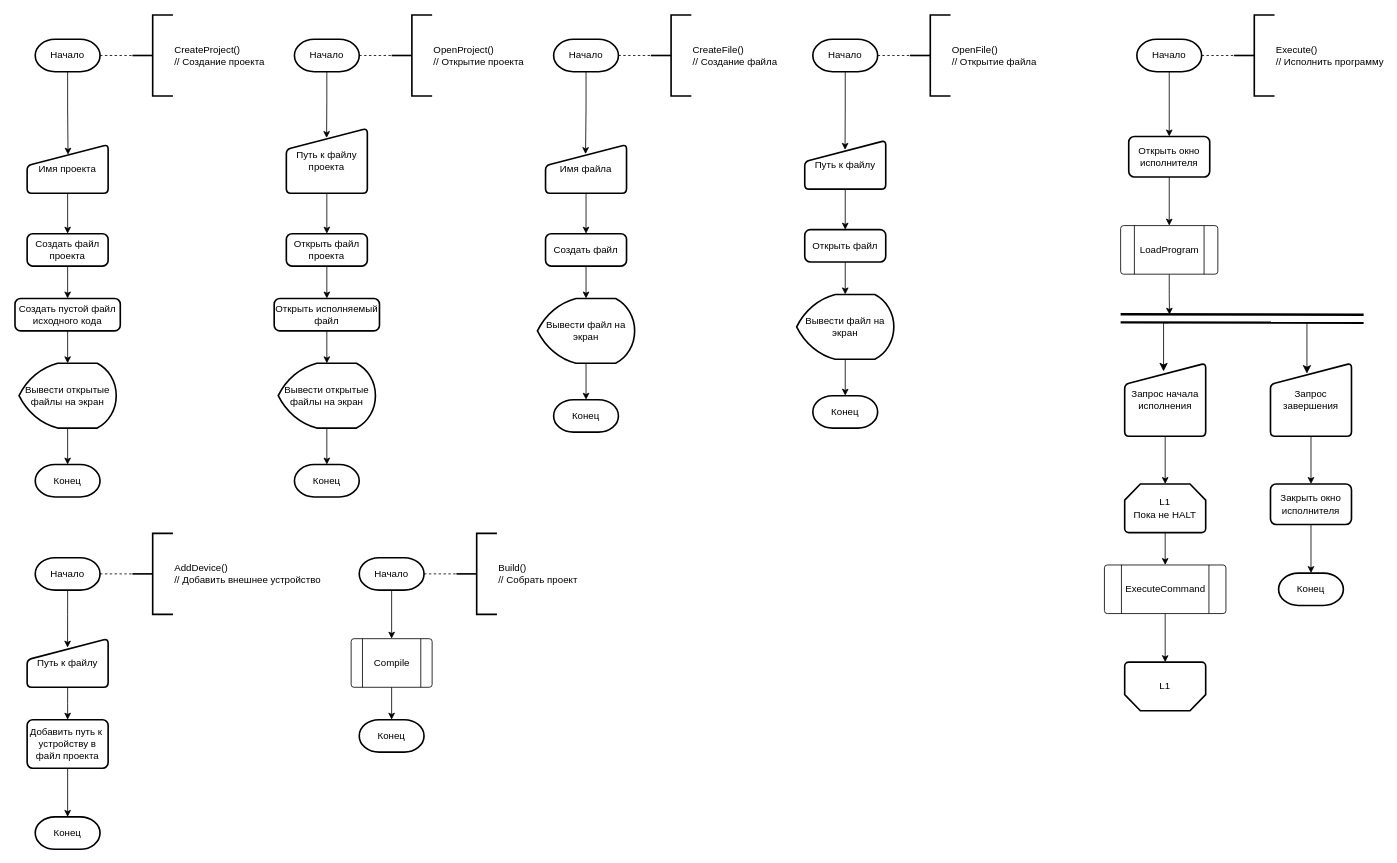
Earlier version of the draw.io diagram page "Графический интерфейс" (3 of 3) of docs/Блок-схемы/algorithms.drawio (mrypdm/asvt_sem7_kursach). Source tidied: cells renumbered, new cells numbered last; positions are measured from the earlier drawing's top-left corner, leaving out a move shared by most shapes. Both pictures are drawn from the tidied source at 81%, with x=0, y=0 at pixel (15, 15).
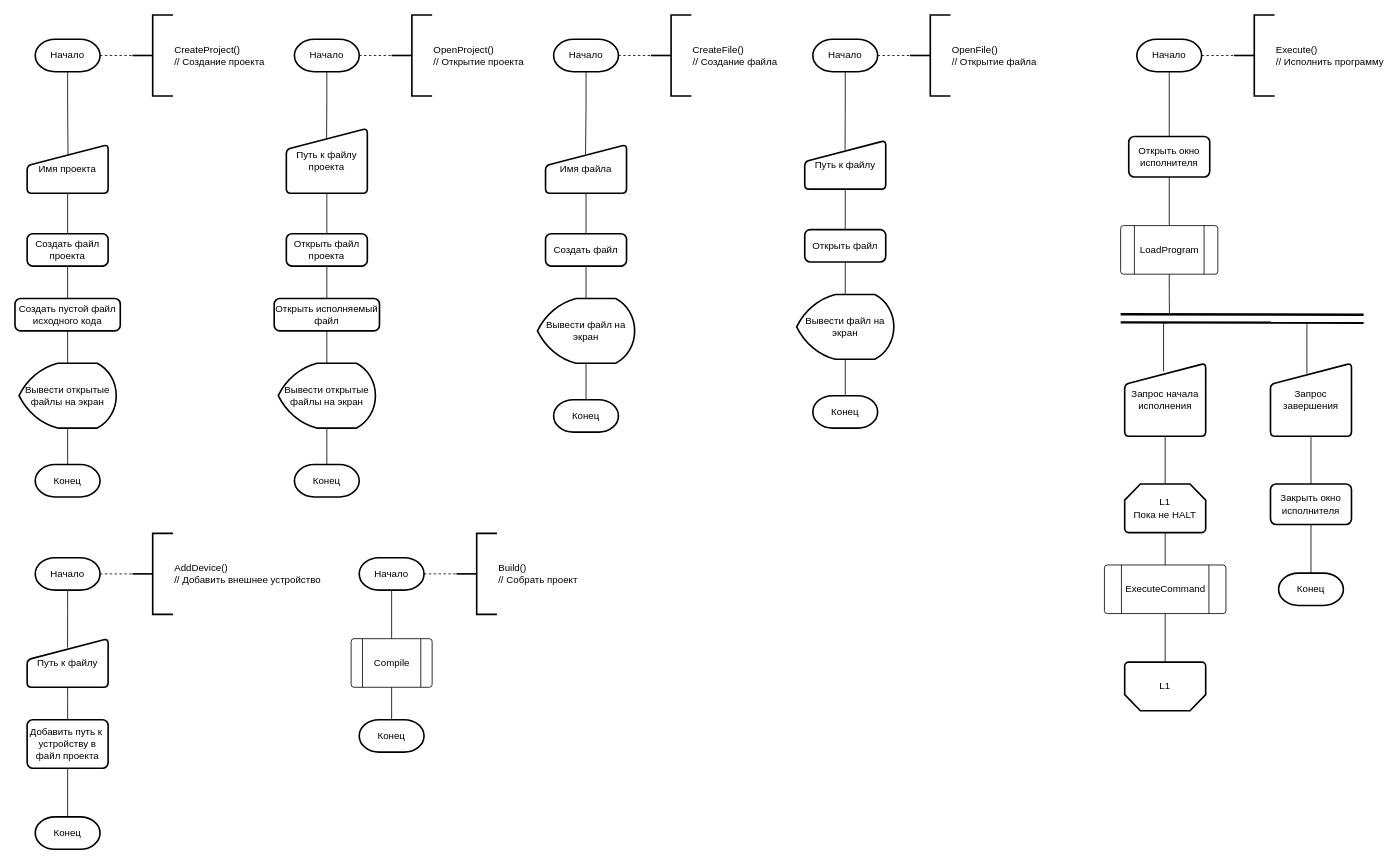
After the change.

The change refers to these unchanged cells:
```xml
<mxCell id="4" value="Начало" style="strokeWidth=2;html=1;shape=mxgraph.flowchart.terminator;whiteSpace=wrap;" parent="1" vertex="1">
<mxCell id="8" value="Начало" style="strokeWidth=2;html=1;shape=mxgraph.flowchart.terminator;whiteSpace=wrap;" parent="1" vertex="1">
<mxCell id="12" value="Начало" style="strokeWidth=2;html=1;shape=mxgraph.flowchart.terminator;whiteSpace=wrap;" parent="1" vertex="1">
<mxCell id="16" value="Начало" style="strokeWidth=2;html=1;shape=mxgraph.flowchart.terminator;whiteSpace=wrap;" parent="1" vertex="1">
<mxCell id="19" value="Имя проекта" style="html=1;strokeWidth=2;shape=manualInput;whiteSpace=wrap;rounded=1;size=26;arcSize=11;" parent="1" vertex="1">
<mxCell id="21" value="Создать файл проекта" style="rounded=1;whiteSpace=wrap;html=1;absoluteArcSize=1;arcSize=14;strokeWidth=2;" parent="1" vertex="1">
<mxCell id="23" value="Создать пустой файл исходного кода" style="rounded=1;whiteSpace=wrap;html=1;absoluteArcSize=1;arcSize=14;strokeWidth=2;" parent="1" vertex="1">
<mxCell id="25" value="Вывести открытые файлы на экран" style="strokeWidth=2;html=1;shape=mxgraph.flowchart.display;whiteSpace=wrap;" parent="1" vertex="1">
<mxCell id="26" value="Конец" style="strokeWidth=2;html=1;shape=mxgraph.flowchart.terminator;whiteSpace=wrap;" parent="1" vertex="1">
<mxCell id="28" value="Путь к файлу проекта" style="html=1;strokeWidth=2;shape=manualInput;whiteSpace=wrap;rounded=1;size=26;arcSize=11;" parent="1" vertex="1">
<mxCell id="30" value="Открыть файл проекта" style="rounded=1;whiteSpace=wrap;html=1;absoluteArcSize=1;arcSize=14;strokeWidth=2;" parent="1" vertex="1">
<mxCell id="32" value="Открыть исполняемый файл" style="rounded=1;whiteSpace=wrap;html=1;absoluteArcSize=1;arcSize=14;strokeWidth=2;" parent="1" vertex="1">
<mxCell id="34" value="Вывести открытые файлы на экран" style="strokeWidth=2;html=1;shape=mxgraph.flowchart.display;whiteSpace=wrap;" parent="1" vertex="1">
<mxCell id="35" value="Конец" style="strokeWidth=2;html=1;shape=mxgraph.flowchart.terminator;whiteSpace=wrap;" parent="1" vertex="1">
<mxCell id="37" value="Имя файла" style="html=1;strokeWidth=2;shape=manualInput;whiteSpace=wrap;rounded=1;size=26;arcSize=11;" parent="1" vertex="1">
<mxCell id="39" value="Создать файл" style="rounded=1;whiteSpace=wrap;html=1;absoluteArcSize=1;arcSize=14;strokeWidth=2;" parent="1" vertex="1">
<mxCell id="41" value="Вывести файл на экран" style="strokeWidth=2;html=1;shape=mxgraph.flowchart.display;whiteSpace=wrap;" parent="1" vertex="1">
<mxCell id="42" value="Конец" style="strokeWidth=2;html=1;shape=mxgraph.flowchart.terminator;whiteSpace=wrap;" parent="1" vertex="1">
<mxCell id="44" value="Путь к файлу" style="html=1;strokeWidth=2;shape=manualInput;whiteSpace=wrap;rounded=1;size=26;arcSize=11;" parent="1" vertex="1">
<mxCell id="46" value="Открыть файл" style="rounded=1;whiteSpace=wrap;html=1;absoluteArcSize=1;arcSize=14;strokeWidth=2;" parent="1" vertex="1">
<mxCell id="48" value="Вывести файл на экран" style="strokeWidth=2;html=1;shape=mxgraph.flowchart.display;whiteSpace=wrap;" parent="1" vertex="1">
<mxCell id="49" value="Конец" style="strokeWidth=2;html=1;shape=mxgraph.flowchart.terminator;whiteSpace=wrap;" parent="1" vertex="1">
<mxCell id="51" value="Начало" style="strokeWidth=2;html=1;shape=mxgraph.flowchart.terminator;whiteSpace=wrap;" parent="1" vertex="1">
<mxCell id="54" value="Путь к файлу" style="html=1;strokeWidth=2;shape=manualInput;whiteSpace=wrap;rounded=1;size=26;arcSize=11;" parent="1" vertex="1">
<mxCell id="57" value="Добавить путь к&amp;nbsp; устройству в файл проекта" style="rounded=1;whiteSpace=wrap;html=1;absoluteArcSize=1;arcSize=14;strokeWidth=2;" parent="1" vertex="1">
<mxCell id="58" value="Конец" style="strokeWidth=2;html=1;shape=mxgraph.flowchart.terminator;whiteSpace=wrap;" parent="1" vertex="1">
<mxCell id="61" value="Начало" style="strokeWidth=2;html=1;shape=mxgraph.flowchart.terminator;whiteSpace=wrap;" parent="1" vertex="1">
<mxCell id="63" style="verticalLabelPosition=bottom;verticalAlign=top;html=1;shape=process;whiteSpace=wrap;rounded=1;size=0.14;arcSize=6;" parent="1" vertex="1">
<mxCell id="65" value="Конец" style="strokeWidth=2;html=1;shape=mxgraph.flowchart.terminator;whiteSpace=wrap;" parent="1" vertex="1">
<mxCell id="69" value="Начало" style="strokeWidth=2;html=1;shape=mxgraph.flowchart.terminator;whiteSpace=wrap;" parent="1" vertex="1">
<mxCell id="72" value="Запрос начала исполнения" style="html=1;strokeWidth=2;shape=manualInput;whiteSpace=wrap;rounded=1;size=26;arcSize=11;" parent="1" vertex="1">
<mxCell id="74" style="verticalLabelPosition=bottom;verticalAlign=top;html=1;shape=process;whiteSpace=wrap;rounded=1;size=0.14;arcSize=6;" parent="1" vertex="1">
<mxCell id="77" value="L1&lt;br&gt;Пока не HALT" style="strokeWidth=2;html=1;shape=mxgraph.flowchart.loop_limit;whiteSpace=wrap;" parent="1" vertex="1">
<mxCell id="79" style="verticalLabelPosition=bottom;verticalAlign=top;html=1;shape=process;whiteSpace=wrap;rounded=1;size=0.14;arcSize=6;" parent="1" vertex="1">
<mxCell id="81" value="L1" style="strokeWidth=2;html=1;shape=mxgraph.flowchart.loop_limit;whiteSpace=wrap;direction=west;" parent="1" vertex="1">
<mxCell id="83" value="Запрос завершения" style="html=1;strokeWidth=2;shape=manualInput;whiteSpace=wrap;rounded=1;size=26;arcSize=11;" parent="1" vertex="1">
<mxCell id="84" value="Конец" style="strokeWidth=2;html=1;shape=mxgraph.flowchart.terminator;whiteSpace=wrap;" parent="1" vertex="1">
<mxCell id="86" value="Открыть окно исполнителя" style="rounded=1;whiteSpace=wrap;html=1;absoluteArcSize=1;arcSize=14;strokeWidth=2;" parent="1" vertex="1">
<mxCell id="88" value="Закрыть окно исполнителя" style="rounded=1;whiteSpace=wrap;html=1;absoluteArcSize=1;arcSize=14;strokeWidth=2;" parent="1" vertex="1">
```

The edit, as a diff of the source:
```diff
@@
-    <mxCell id="3" style="edgeStyle=orthogonalEdgeStyle;rounded=0;jettySize=auto;html=1;entryX=0.505;entryY=0.208;entryDx=0;entryDy=0;entryPerimeter=0;" parent="1" edge="1" source="4" target="19">
+    <mxCell id="3" style="edgeStyle=orthogonalEdgeStyle;rounded=0;jettySize=auto;html=1;entryX=0.505;entryY=0.208;entryDx=0;entryDy=0;entryPerimeter=0;endArrow=none;endFill=0;" parent="1" edge="1" source="4" target="19">
       <mxGeometry relative="1" as="geometry" />
     </mxCell>
@@
-    <mxCell id="7" style="edgeStyle=orthogonalEdgeStyle;rounded=0;jettySize=auto;html=1;entryX=0.497;entryY=0.148;entryDx=0;entryDy=0;entryPerimeter=0;" parent="1" edge="1" source="8" target="28">
+    <mxCell id="7" style="edgeStyle=orthogonalEdgeStyle;rounded=0;jettySize=auto;html=1;entryX=0.497;entryY=0.148;entryDx=0;entryDy=0;entryPerimeter=0;endArrow=none;endFill=0;" parent="1" edge="1" source="8" target="28">
       <mxGeometry relative="1" as="geometry" />
     </mxCell>
@@
-    <mxCell id="11" style="edgeStyle=orthogonalEdgeStyle;rounded=0;jettySize=auto;html=1;entryX=0.494;entryY=0.195;entryDx=0;entryDy=0;entryPerimeter=0;" parent="1" edge="1" source="12" target="37">
+    <mxCell id="11" style="edgeStyle=orthogonalEdgeStyle;rounded=0;jettySize=auto;html=1;entryX=0.494;entryY=0.195;entryDx=0;entryDy=0;entryPerimeter=0;endArrow=none;endFill=0;" parent="1" edge="1" source="12" target="37">
       <mxGeometry relative="1" as="geometry" />
     </mxCell>
@@
-    <mxCell id="15" style="edgeStyle=orthogonalEdgeStyle;rounded=0;jettySize=auto;html=1;entryX=0.498;entryY=0.191;entryDx=0;entryDy=0;entryPerimeter=0;" parent="1" edge="1" source="16" target="44">
+    <mxCell id="15" style="edgeStyle=orthogonalEdgeStyle;rounded=0;jettySize=auto;html=1;entryX=0.498;entryY=0.191;entryDx=0;entryDy=0;entryPerimeter=0;endArrow=none;endFill=0;" parent="1" edge="1" source="16" target="44">
       <mxGeometry relative="1" as="geometry" />
     </mxCell>
@@
-    <mxCell id="18" style="edgeStyle=orthogonalEdgeStyle;rounded=0;jettySize=auto;html=1;entryX=0.5;entryY=0;entryDx=0;entryDy=0;" parent="1" edge="1" source="19" target="21">
+    <mxCell id="18" style="edgeStyle=orthogonalEdgeStyle;rounded=0;jettySize=auto;html=1;entryX=0.5;entryY=0;entryDx=0;entryDy=0;endArrow=none;endFill=0;" parent="1" edge="1" source="19" target="21">
       <mxGeometry relative="1" as="geometry" />
     </mxCell>
@@
-    <mxCell id="20" style="edgeStyle=orthogonalEdgeStyle;rounded=0;jettySize=auto;html=1;" parent="1" edge="1" source="21" target="23">
+    <mxCell id="20" style="edgeStyle=orthogonalEdgeStyle;rounded=0;jettySize=auto;html=1;endArrow=none;endFill=0;" parent="1" edge="1" source="21" target="23">
       <mxGeometry relative="1" as="geometry" />
     </mxCell>
@@
-    <mxCell id="22" style="edgeStyle=orthogonalEdgeStyle;rounded=0;jettySize=auto;html=1;" parent="1" edge="1" source="23" target="25">
+    <mxCell id="22" style="edgeStyle=orthogonalEdgeStyle;rounded=0;jettySize=auto;html=1;endArrow=none;endFill=0;" parent="1" edge="1" source="23" target="25">
       <mxGeometry relative="1" as="geometry" />
     </mxCell>
@@
-    <mxCell id="24" style="edgeStyle=orthogonalEdgeStyle;rounded=0;jettySize=auto;html=1;" parent="1" edge="1" source="25" target="26">
+    <mxCell id="24" style="edgeStyle=orthogonalEdgeStyle;rounded=0;jettySize=auto;html=1;endArrow=none;endFill=0;" parent="1" edge="1" source="25" target="26">
       <mxGeometry relative="1" as="geometry" />
     </mxCell>
@@
-    <mxCell id="27" style="edgeStyle=orthogonalEdgeStyle;rounded=0;jettySize=auto;html=1;entryX=0.5;entryY=0;entryDx=0;entryDy=0;" parent="1" edge="1" source="28" target="30">
+    <mxCell id="27" style="edgeStyle=orthogonalEdgeStyle;rounded=0;jettySize=auto;html=1;entryX=0.5;entryY=0;entryDx=0;entryDy=0;endArrow=none;endFill=0;" parent="1" edge="1" source="28" target="30">
       <mxGeometry relative="1" as="geometry" />
     </mxCell>
@@
-    <mxCell id="29" style="edgeStyle=orthogonalEdgeStyle;rounded=0;jettySize=auto;html=1;" parent="1" edge="1" source="30" target="32">
+    <mxCell id="29" style="edgeStyle=orthogonalEdgeStyle;rounded=0;jettySize=auto;html=1;endArrow=none;endFill=0;" parent="1" edge="1" source="30" target="32">
       <mxGeometry relative="1" as="geometry" />
     </mxCell>
@@
-    <mxCell id="31" style="edgeStyle=orthogonalEdgeStyle;rounded=0;jettySize=auto;html=1;" parent="1" edge="1" source="32" target="34">
+    <mxCell id="31" style="edgeStyle=orthogonalEdgeStyle;rounded=0;jettySize=auto;html=1;endArrow=none;endFill=0;" parent="1" edge="1" source="32" target="34">
       <mxGeometry relative="1" as="geometry" />
     </mxCell>
@@
-    <mxCell id="33" style="edgeStyle=orthogonalEdgeStyle;rounded=0;jettySize=auto;html=1;" parent="1" edge="1" source="34" target="35">
+    <mxCell id="33" style="edgeStyle=orthogonalEdgeStyle;rounded=0;jettySize=auto;html=1;endArrow=none;endFill=0;" parent="1" edge="1" source="34" target="35">
       <mxGeometry relative="1" as="geometry" />
     </mxCell>
@@
-    <mxCell id="36" style="edgeStyle=orthogonalEdgeStyle;rounded=0;jettySize=auto;html=1;entryX=0.5;entryY=0;entryDx=0;entryDy=0;" parent="1" edge="1" source="37" target="39">
+    <mxCell id="36" style="edgeStyle=orthogonalEdgeStyle;rounded=0;jettySize=auto;html=1;entryX=0.5;entryY=0;entryDx=0;entryDy=0;endArrow=none;endFill=0;" parent="1" edge="1" source="37" target="39">
       <mxGeometry relative="1" as="geometry" />
     </mxCell>
@@
-    <mxCell id="38" style="edgeStyle=orthogonalEdgeStyle;rounded=0;jettySize=auto;html=1;" parent="1" edge="1" source="39" target="41">
+    <mxCell id="38" style="edgeStyle=orthogonalEdgeStyle;rounded=0;jettySize=auto;html=1;endArrow=none;endFill=0;" parent="1" edge="1" source="39" target="41">
       <mxGeometry relative="1" as="geometry" />
     </mxCell>
@@
-    <mxCell id="40" style="edgeStyle=orthogonalEdgeStyle;rounded=0;jettySize=auto;html=1;" parent="1" edge="1" source="41" target="42">
+    <mxCell id="40" style="edgeStyle=orthogonalEdgeStyle;rounded=0;jettySize=auto;html=1;endArrow=none;endFill=0;" parent="1" edge="1" source="41" target="42">
       <mxGeometry relative="1" as="geometry" />
     </mxCell>
@@
-    <mxCell id="43" style="edgeStyle=orthogonalEdgeStyle;rounded=0;jettySize=auto;html=1;entryX=0.5;entryY=0;entryDx=0;entryDy=0;" parent="1" edge="1" source="44" target="46">
+    <mxCell id="43" style="edgeStyle=orthogonalEdgeStyle;rounded=0;jettySize=auto;html=1;entryX=0.5;entryY=0;entryDx=0;entryDy=0;endArrow=none;endFill=0;" parent="1" edge="1" source="44" target="46">
       <mxGeometry relative="1" as="geometry" />
     </mxCell>
@@
-    <mxCell id="45" style="edgeStyle=orthogonalEdgeStyle;rounded=0;jettySize=auto;html=1;" parent="1" edge="1" source="46" target="48">
+    <mxCell id="45" style="edgeStyle=orthogonalEdgeStyle;rounded=0;jettySize=auto;html=1;endArrow=none;endFill=0;" parent="1" edge="1" source="46" target="48">
       <mxGeometry relative="1" as="geometry" />
     </mxCell>
@@
-    <mxCell id="47" style="edgeStyle=orthogonalEdgeStyle;rounded=0;jettySize=auto;html=1;" parent="1" edge="1" source="48" target="49">
+    <mxCell id="47" style="edgeStyle=orthogonalEdgeStyle;rounded=0;jettySize=auto;html=1;endArrow=none;endFill=0;" parent="1" edge="1" source="48" target="49">
       <mxGeometry relative="1" as="geometry" />
     </mxCell>
@@
-    <mxCell id="53" style="edgeStyle=orthogonalEdgeStyle;rounded=0;jettySize=auto;html=1;" parent="1" edge="1" source="54">
+    <mxCell id="53" style="edgeStyle=orthogonalEdgeStyle;rounded=0;jettySize=auto;html=1;endArrow=none;endFill=0;" parent="1" edge="1" source="54">
       <mxGeometry relative="1" as="geometry">
         <mxPoint x="65" y="870" as="targetPoint" />
       </mxGeometry>
     </mxCell>
@@
-    <mxCell id="55" style="edgeStyle=orthogonalEdgeStyle;rounded=0;jettySize=auto;html=1;entryX=0.499;entryY=0.184;entryDx=0;entryDy=0;entryPerimeter=0;" parent="1" edge="1" source="51" target="54">
+    <mxCell id="55" style="edgeStyle=orthogonalEdgeStyle;rounded=0;jettySize=auto;html=1;entryX=0.499;entryY=0.184;entryDx=0;entryDy=0;entryPerimeter=0;endArrow=none;endFill=0;" parent="1" edge="1" source="51" target="54">
       <mxGeometry relative="1" as="geometry" />
     </mxCell>
-    <mxCell id="56" style="edgeStyle=orthogonalEdgeStyle;rounded=0;jettySize=auto;html=1;" parent="1" edge="1" source="57" target="58">
+    <mxCell id="56" style="edgeStyle=orthogonalEdgeStyle;rounded=0;jettySize=auto;html=1;endArrow=none;endFill=0;" parent="1" edge="1" source="57" target="58">
       <mxGeometry relative="1" as="geometry" />
     </mxCell>
@@
-    <mxCell id="60" style="edgeStyle=orthogonalEdgeStyle;rounded=0;jettySize=auto;html=1;entryX=0.5;entryY=0;entryDx=0;entryDy=0;" parent="1" edge="1" source="61" target="63">
+    <mxCell id="60" style="edgeStyle=orthogonalEdgeStyle;rounded=0;jettySize=auto;html=1;entryX=0.5;entryY=0;entryDx=0;entryDy=0;endArrow=none;endFill=0;" parent="1" edge="1" source="61" target="63">
       <mxGeometry relative="1" as="geometry" />
     </mxCell>
@@
-    <mxCell id="66" style="edgeStyle=orthogonalEdgeStyle;rounded=0;jettySize=auto;html=1;exitX=0.5;exitY=1;exitDx=0;exitDy=0;entryX=0.5;entryY=0;entryDx=0;entryDy=0;entryPerimeter=0;" parent="1" edge="1" source="63" target="65">
+    <mxCell id="66" style="edgeStyle=orthogonalEdgeStyle;rounded=0;jettySize=auto;html=1;exitX=0.5;exitY=1;exitDx=0;exitDy=0;entryX=0.5;entryY=0;entryDx=0;entryDy=0;entryPerimeter=0;endArrow=none;endFill=0;" parent="1" edge="1" source="63" target="65">
       <mxGeometry relative="1" as="geometry" />
     </mxCell>
@@
-    <mxCell id="68" style="edgeStyle=orthogonalEdgeStyle;rounded=0;jettySize=auto;html=1;" parent="1" edge="1" source="69" target="86">
+    <mxCell id="68" style="edgeStyle=orthogonalEdgeStyle;rounded=0;jettySize=auto;html=1;endArrow=none;endFill=0;" parent="1" edge="1" source="69" target="86">
       <mxGeometry relative="1" as="geometry" />
     </mxCell>
@@
-    <mxCell id="71" style="edgeStyle=orthogonalEdgeStyle;rounded=0;jettySize=auto;html=1;" parent="1" edge="1" source="72" target="77">
+    <mxCell id="71" style="edgeStyle=orthogonalEdgeStyle;rounded=0;jettySize=auto;html=1;endArrow=none;endFill=0;" parent="1" edge="1" source="72" target="77">
       <mxGeometry relative="1" as="geometry" />
     </mxCell>
@@
-    <mxCell id="73" style="edgeStyle=orthogonalEdgeStyle;rounded=0;jettySize=auto;html=1;exitX=0.5;exitY=1;exitDx=0;exitDy=0;" parent="1" edge="1" source="74">
+    <mxCell id="73" style="edgeStyle=orthogonalEdgeStyle;rounded=0;jettySize=auto;html=1;exitX=0.5;exitY=1;exitDx=0;exitDy=0;endArrow=none;endFill=0;" parent="1" edge="1" source="74">
       <mxGeometry relative="1" as="geometry">
         <mxPoint x="1425.3" y="370" as="targetPoint" />
       </mxGeometry>
     </mxCell>
@@
-    <mxCell id="76" style="edgeStyle=orthogonalEdgeStyle;rounded=0;jettySize=auto;html=1;entryX=0.5;entryY=0;entryDx=0;entryDy=0;" parent="1" edge="1" source="77" target="79">
+    <mxCell id="76" style="edgeStyle=orthogonalEdgeStyle;rounded=0;jettySize=auto;html=1;entryX=0.5;entryY=0;entryDx=0;entryDy=0;endArrow=none;endFill=0;" parent="1" edge="1" source="77" target="79">
       <mxGeometry relative="1" as="geometry" />
     </mxCell>
@@
-    <mxCell id="78" style="edgeStyle=orthogonalEdgeStyle;rounded=0;jettySize=auto;html=1;" parent="1" edge="1" source="79" target="81">
+    <mxCell id="78" style="edgeStyle=orthogonalEdgeStyle;rounded=0;jettySize=auto;html=1;endArrow=none;endFill=0;" parent="1" edge="1" source="79" target="81">
       <mxGeometry relative="1" as="geometry" />
     </mxCell>
@@
-    <mxCell id="82" style="edgeStyle=orthogonalEdgeStyle;rounded=0;jettySize=auto;html=1;" parent="1" edge="1" source="83" target="88">
+    <mxCell id="82" style="edgeStyle=orthogonalEdgeStyle;rounded=0;jettySize=auto;html=1;endArrow=none;endFill=0;" parent="1" edge="1" source="83" target="88">
       <mxGeometry relative="1" as="geometry" />
     </mxCell>
@@
-    <mxCell id="85" style="edgeStyle=orthogonalEdgeStyle;rounded=0;jettySize=auto;html=1;entryX=0.5;entryY=0;entryDx=0;entryDy=0;" parent="1" edge="1" source="86" target="74">
+    <mxCell id="85" style="edgeStyle=orthogonalEdgeStyle;rounded=0;jettySize=auto;html=1;entryX=0.5;entryY=0;entryDx=0;entryDy=0;endArrow=none;endFill=0;" parent="1" edge="1" source="86" target="74">
       <mxGeometry relative="1" as="geometry" />
     </mxCell>
@@
-    <mxCell id="87" style="edgeStyle=orthogonalEdgeStyle;rounded=0;jettySize=auto;html=1;" parent="1" edge="1" source="88" target="84">
+    <mxCell id="87" style="edgeStyle=orthogonalEdgeStyle;rounded=0;jettySize=auto;html=1;endArrow=none;endFill=0;" parent="1" edge="1" source="88" target="84">
       <mxGeometry relative="1" as="geometry" />
     </mxCell>
@@
-    <mxCell id="91" style="edgeStyle=segmentEdgeStyle;endArrow=classic;html=1;curved=0;rounded=0;endSize=8;startSize=8;sourcePerimeterSpacing=0;targetPerimeterSpacing=0;" parent="1" edge="1">
+    <mxCell id="91" style="edgeStyle=segmentEdgeStyle;endArrow=none;html=1;curved=0;rounded=0;endSize=8;startSize=8;sourcePerimeterSpacing=0;targetPerimeterSpacing=0;endFill=0;" parent="1" edge="1">
       <mxGeometry relative="1" as="geometry">
         <mxPoint x="1425" y="380" as="sourcePoint" />
         <mxPoint x="1418" y="440" as="targetPoint" />
         <Array as="points">
           <mxPoint x="1418" y="380" />
         </Array>
       </mxGeometry>
     </mxCell>
-    <mxCell id="92" style="edgeStyle=segmentEdgeStyle;endArrow=classic;html=1;curved=0;rounded=0;endSize=8;startSize=8;sourcePerimeterSpacing=0;targetPerimeterSpacing=0;entryX=0.45;entryY=0.142;entryDx=0;entryDy=0;entryPerimeter=0;" parent="1" edge="1" target="83">
+    <mxCell id="92" style="edgeStyle=segmentEdgeStyle;endArrow=none;html=1;curved=0;rounded=0;endSize=8;startSize=8;sourcePerimeterSpacing=0;targetPerimeterSpacing=0;entryX=0.45;entryY=0.142;entryDx=0;entryDy=0;entryPerimeter=0;endFill=0;" parent="1" edge="1" target="83">
       <mxGeometry relative="1" as="geometry">
         <mxPoint x="1595" y="380" as="sourcePoint" />
       </mxGeometry>
     </mxCell>
```
